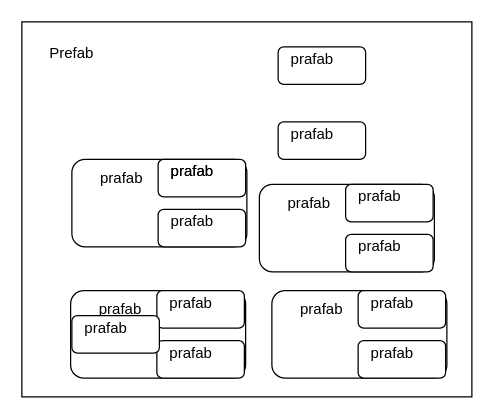
Above: dontstarve_st_learn.drawio in WaizSai/waizsai.github.io (draw.io), before the change. Source tidied: cells renumbered, new cells numbered last; positions are measured from the earlier drawing's top-left corner, leaving out a move shared by most shapes. Both pictures are drawn from the tidied source at 125%, with x=0, y=0 at pixel (21, 21).
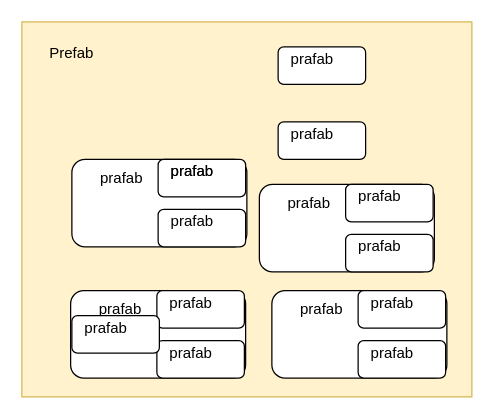
The same page after the edit.

Diff of the diagram source:
```diff
@@
-    <mxCell id="2" style="rounded=0;whiteSpace=wrap;html=1;" parent="1" vertex="1">
+    <mxCell id="2" style="rounded=0;whiteSpace=wrap;html=1;fillColor=#fff2cc;strokeColor=#d6b656;" parent="1" vertex="1">
       <mxGeometry width="360" height="300" as="geometry" />
     </mxCell>
```
